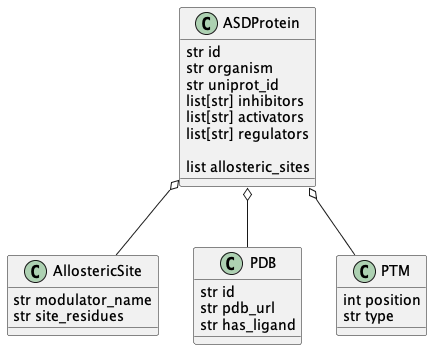
This is doc/datadictionary.png from pegerto/ASDParser, a PlantUML export, as it was before one commit.
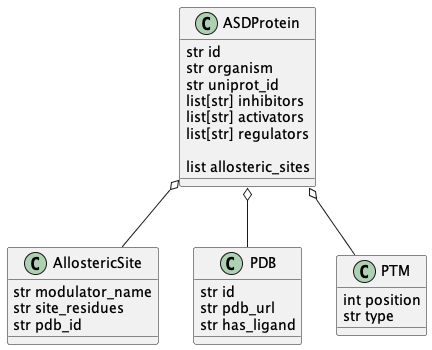
After the commit.

What changed in the source:
```diff
@@ -14,6 +14,7 @@
 class AllostericSite {
     str modulator_name
     str site_residues
+    str pdb_id
 }
 
 class PDB {
```
